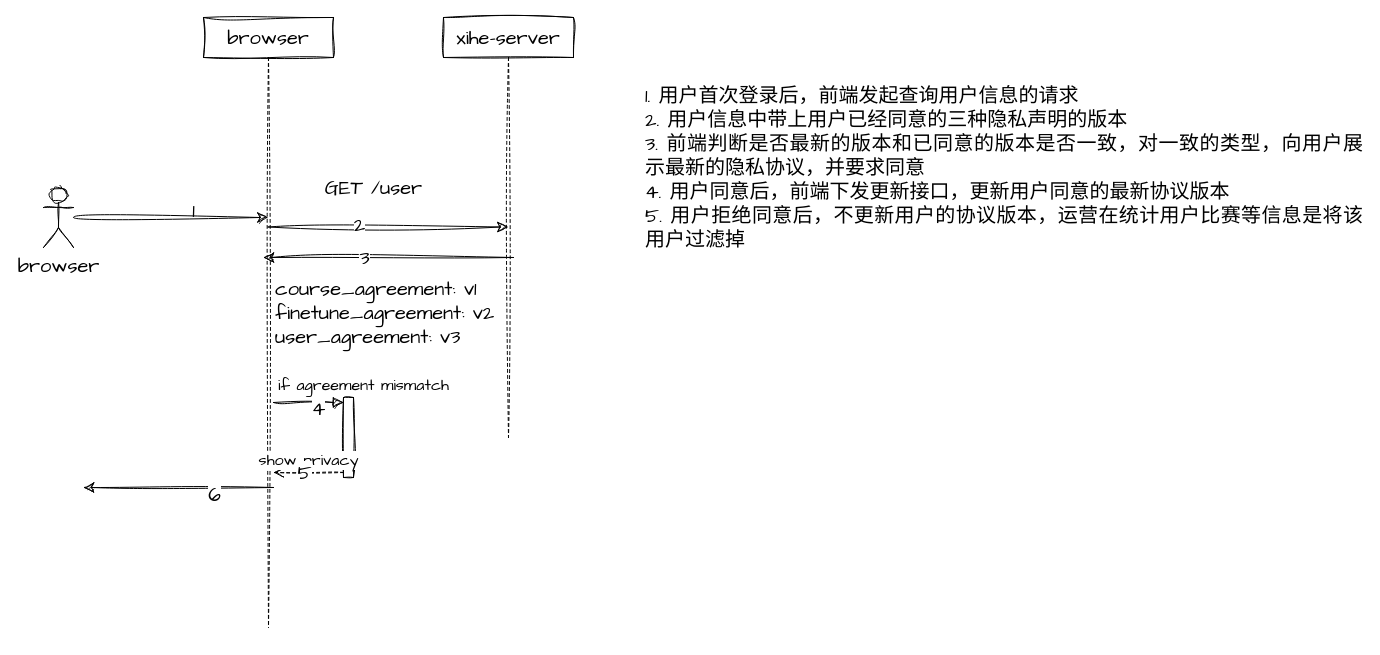
Before: agreement_update.drawio in pkking/mydrawio, a draw.io diagram. Source tidied: cells renumbered, new cells numbered last; positions are measured from the earlier drawing's top-left corner, leaving out a move shared by most shapes. Both pictures are drawn from the tidied source at 100%, with x=0, y=0 at pixel (43, 17).
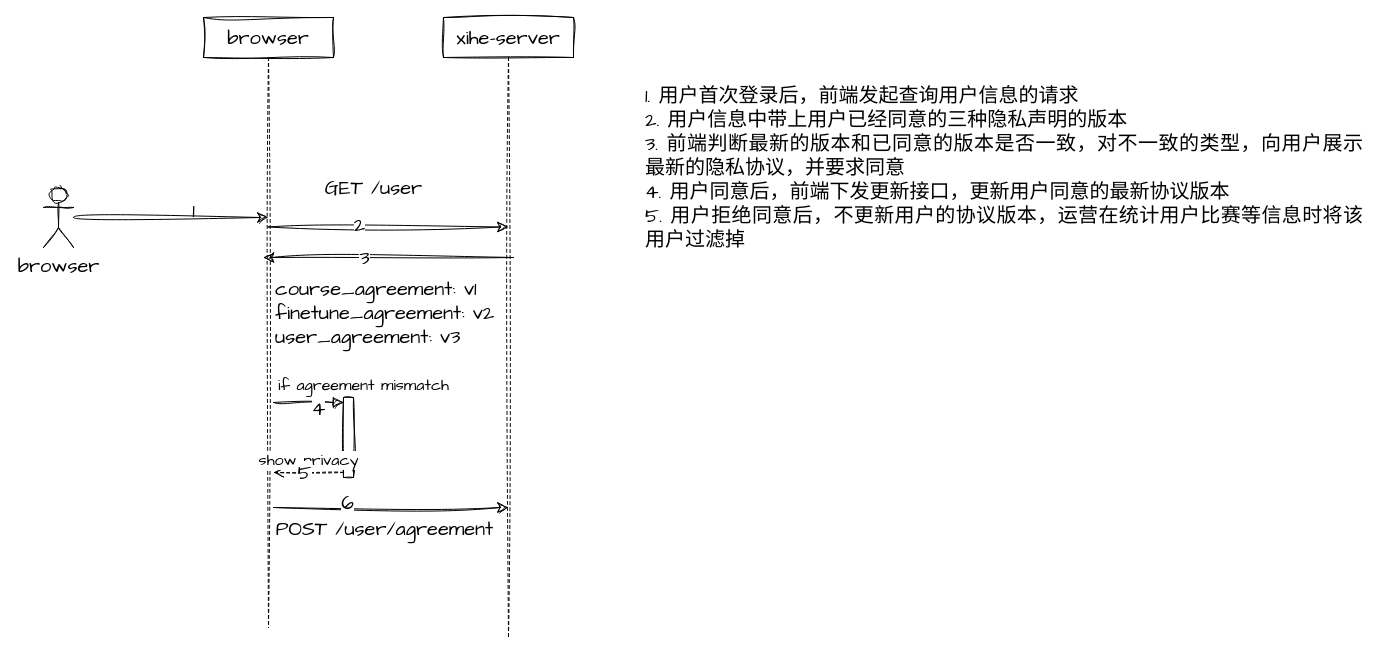
After the change.

Diff of the diagram source:
```diff
@@
     <mxCell id="7" value="xihe-server" style="shape=umlLifeline;perimeter=lifelinePerimeter;whiteSpace=wrap;html=1;newEdgeStyle={&quot;curved&quot;:0,&quot;rounded&quot;:0};sketch=1;hachureGap=4;jiggle=2;curveFitting=1;fontFamily=Architects Daughter;fontSize=20;" parent="1" vertex="1">
-      <mxGeometry x="400" width="130" height="420" as="geometry" />
+      <mxGeometry x="400" width="130" height="620" as="geometry" />
     </mxCell>
@@
     <mxCell id="11" style="edgeStyle=none;curved=0;rounded=0;sketch=1;hachureGap=4;jiggle=2;curveFitting=1;orthogonalLoop=1;jettySize=auto;html=1;fontFamily=Architects Daughter;fontSize=16;startSize=8;endSize=8;endArrow=none;endFill=0;startArrow=classic;startFill=1;" parent="1" edge="1">
       <mxGeometry relative="1" as="geometry">
-        <mxPoint x="40" y="470" as="sourcePoint" />
-        <mxPoint x="230" y="470" as="targetPoint" />
+        <mxPoint x="464.5" y="490" as="sourcePoint" />
+        <mxPoint x="230" y="490" as="targetPoint" />
       </mxGeometry>
     </mxCell>
@@
+    <mxCell id="21" value="POST /user/agreement" style="edgeLabel;html=1;align=center;verticalAlign=middle;fontSize=20;fontFamily=Architects Daughter;" parent="11" vertex="1">
+      <mxGeometry x="-0.13" y="-11" relative="1" as="geometry">
+        <mxPoint x="-22" y="31" as="offset" />
+      </mxGeometry>
+    </mxCell>
@@
-    <mxCell id="20" value="&lt;div style=&quot;text-align: justify;&quot;&gt;&lt;span style=&quot;background-color: initial;&quot;&gt;1. 用户首次登录后，前端发起查询用户信息的请求&lt;/span&gt;&lt;/div&gt;&lt;div style=&quot;text-align: justify;&quot;&gt;&lt;span style=&quot;background-color: initial;&quot;&gt;2. 用户信息中带上用户已经同意的三种隐私声明的版本&lt;/span&gt;&lt;/div&gt;&lt;div style=&quot;text-align: justify;&quot;&gt;&lt;span style=&quot;background-color: initial;&quot;&gt;3. 前端判断是否最新的版本和已同意的版本是否一致，对一致的类型，向用户展示最新的隐私协议，并要求同意&lt;/span&gt;&lt;/div&gt;&lt;div style=&quot;text-align: justify;&quot;&gt;&lt;span style=&quot;background-color: initial;&quot;&gt;4. 用户同意后，前端下发更新接口，更新用户同意的最新协议版本&lt;/span&gt;&lt;/div&gt;&lt;div style=&quot;text-align: justify;&quot;&gt;&lt;span style=&quot;background-color: initial;&quot;&gt;5. 用户拒绝同意后，不更新用户的协议版本，运营在统计用户比赛等信息是将该用户过滤掉&lt;/span&gt;&lt;/div&gt;" style="text;html=1;strokeColor=none;fillColor=none;align=left;verticalAlign=middle;whiteSpace=wrap;rounded=0;fontSize=20;fontFamily=Architects Daughter;" parent="1" vertex="1">
+    <mxCell id="20" value="&lt;div style=&quot;text-align: justify;&quot;&gt;&lt;span style=&quot;background-color: initial;&quot;&gt;1. 用户首次登录后，前端发起查询用户信息的请求&lt;/span&gt;&lt;/div&gt;&lt;div style=&quot;text-align: justify;&quot;&gt;&lt;span style=&quot;background-color: initial;&quot;&gt;2. 用户信息中带上用户已经同意的三种隐私声明的版本&lt;/span&gt;&lt;/div&gt;&lt;div style=&quot;text-align: justify;&quot;&gt;&lt;span style=&quot;background-color: initial;&quot;&gt;3. 前端判断最新的版本和已同意的版本是否一致，对不一致的类型，向用户展示最新的隐私协议，并要求同意&lt;/span&gt;&lt;/div&gt;&lt;div style=&quot;text-align: justify;&quot;&gt;&lt;span style=&quot;background-color: initial;&quot;&gt;4. 用户同意后，前端下发更新接口，更新用户同意的最新协议版本&lt;/span&gt;&lt;/div&gt;&lt;div style=&quot;text-align: justify;&quot;&gt;&lt;span style=&quot;background-color: initial;&quot;&gt;5. 用户拒绝同意后，不更新用户的协议版本，运营在统计用户比赛等信息时将该用户过滤掉&lt;/span&gt;&lt;/div&gt;" style="text;html=1;strokeColor=none;fillColor=none;align=left;verticalAlign=middle;whiteSpace=wrap;rounded=0;fontSize=20;fontFamily=Architects Daughter;" parent="1" vertex="1">
       <mxGeometry x="600" y="50" width="720" height="200" as="geometry" />
     </mxCell>
```
